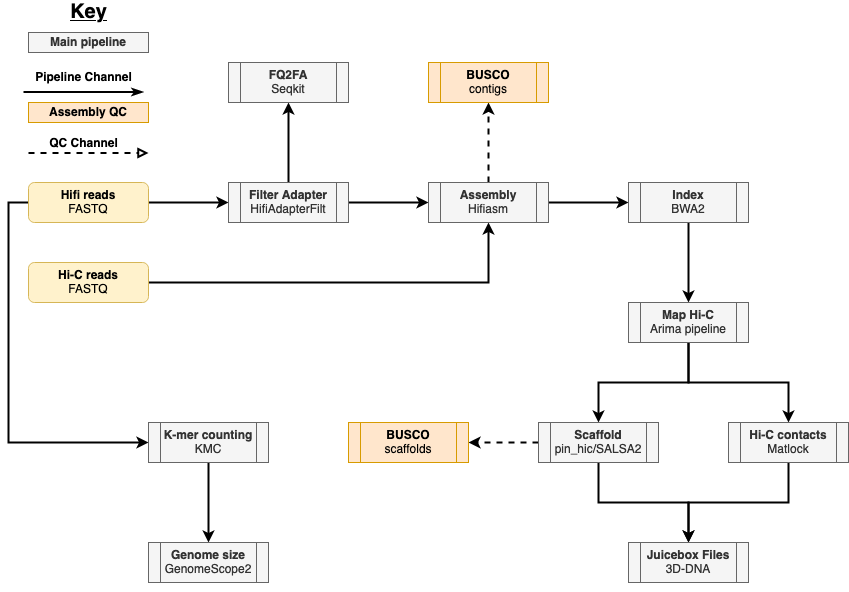
The draw.io diagram misc/figures/assembly-flow.png in a-lud/nf-pipelines, before a commit. Source tidied: cells renumbered, new cells last; positions are measured from the earlier drawing's top-left corner, leaving out a move shared by most shapes. Source of this version:
```xml
<mxGraphModel>
  <root>
    <mxCell id="0" />
    <mxCell id="1" parent="0" />
    <mxCell id="2" style="edgeStyle=orthogonalEdgeStyle;rounded=0;jettySize=auto;html=1;exitX=0;exitY=0.5;exitDx=0;exitDy=0;entryX=0;entryY=0.5;entryDx=0;entryDy=0;strokeWidth=2;" parent="1" edge="1" source="4" target="35">
      <mxGeometry relative="1" as="geometry" />
    </mxCell>
    <mxCell id="3" style="edgeStyle=orthogonalEdgeStyle;rounded=0;jettySize=auto;html=1;entryX=0;entryY=0.5;entryDx=0;entryDy=0;strokeWidth=2;" parent="1" edge="1" source="4" target="16">
      <mxGeometry relative="1" as="geometry" />
    </mxCell>
    <mxCell id="4" value="&lt;b&gt;Hifi reads &lt;/b&gt;&lt;br&gt;FASTQ" style="rounded=1;whiteSpace=wrap;html=1;fontSize=12;glass=0;strokeWidth=1;shadow=0;fillColor=#fff2cc;strokeColor=#d6b656;" parent="1" vertex="1">
      <mxGeometry x="5" y="180" width="120" height="40" as="geometry" />
    </mxCell>
    <mxCell id="5" value="&lt;b&gt;Main pipeline&lt;br&gt;&lt;/b&gt;" style="rounded=0;whiteSpace=wrap;html=1;fillColor=#f5f5f5;strokeColor=#666666;fontColor=#333333;" parent="1" vertex="1">
      <mxGeometry x="5" y="30" width="120" height="20" as="geometry" />
    </mxCell>
    <mxCell id="6" value="&lt;b&gt;Assembly QC&lt;/b&gt;" style="rounded=0;whiteSpace=wrap;html=1;fillColor=#ffe6cc;strokeColor=#d79b00;" parent="1" vertex="1">
      <mxGeometry x="5" y="100" width="120" height="20" as="geometry" />
    </mxCell>
    <mxCell id="7" style="endArrow=block;dashed=1;html=1;strokeWidth=2;rounded=0;endFill=0;" parent="1" edge="1">
      <mxGeometry relative="1" as="geometry">
        <mxPoint x="5" y="150.5" as="sourcePoint" />
        <mxPoint x="125" y="150.5" as="targetPoint" />
      </mxGeometry>
    </mxCell>
    <mxCell id="8" style="endArrow=classicThin;html=1;rounded=0;strokeWidth=2;endFill=1;" parent="1" edge="1">
      <mxGeometry relative="1" as="geometry">
        <mxPoint y="89.5" as="sourcePoint" />
        <mxPoint x="120" y="89.5" as="targetPoint" />
      </mxGeometry>
    </mxCell>
    <mxCell id="9" value="&lt;b&gt;QC Channel&lt;br&gt;&lt;/b&gt;" style="text;html=1;align=center;verticalAlign=middle;strokeColor=none;fillColor=none;dashed=1;" parent="1" vertex="1">
      <mxGeometry x="20" y="130.5" width="80" height="20" as="geometry" />
    </mxCell>
    <mxCell id="10" value="&lt;b&gt;Pipeline Channel&lt;/b&gt;" style="text;html=1;align=center;verticalAlign=middle;strokeColor=none;fillColor=none;" parent="1" vertex="1">
      <mxGeometry x="5" y="65.3" width="110" height="20" as="geometry" />
    </mxCell>
    <mxCell id="11" value="&lt;font style=&quot;font-size: 20px&quot;&gt;&lt;u&gt;&lt;b&gt;Key&lt;/b&gt;&lt;/u&gt;&lt;/font&gt;" style="text;html=1;align=center;verticalAlign=middle;strokeColor=none;fillColor=none;" parent="1" vertex="1">
      <mxGeometry x="40" width="50" height="20" as="geometry" />
    </mxCell>
    <mxCell id="12" style="edgeStyle=orthogonalEdgeStyle;rounded=0;jettySize=auto;html=1;entryX=0.5;entryY=1;entryDx=0;entryDy=0;strokeWidth=2;" parent="1" edge="1" source="13" target="20">
      <mxGeometry relative="1" as="geometry" />
    </mxCell>
    <mxCell id="13" value="&lt;div&gt;&lt;b&gt;Hi-C reads &lt;/b&gt;&lt;br&gt;&lt;/div&gt;&lt;div&gt;FASTQ&lt;/div&gt;" style="rounded=1;whiteSpace=wrap;html=1;fontSize=12;glass=0;strokeWidth=1;shadow=0;fillColor=#fff2cc;strokeColor=#d6b656;" parent="1" vertex="1">
      <mxGeometry x="5" y="260" width="120" height="40" as="geometry" />
    </mxCell>
    <mxCell id="14" style="edgeStyle=orthogonalEdgeStyle;rounded=0;jettySize=auto;html=1;entryX=0.5;entryY=1;entryDx=0;entryDy=0;strokeWidth=2;" parent="1" edge="1" source="16" target="17">
      <mxGeometry relative="1" as="geometry" />
    </mxCell>
    <mxCell id="15" style="edgeStyle=orthogonalEdgeStyle;rounded=0;jettySize=auto;html=1;exitX=1;exitY=0.5;exitDx=0;exitDy=0;entryX=0;entryY=0.5;entryDx=0;entryDy=0;strokeWidth=2;" parent="1" edge="1" source="16" target="20">
      <mxGeometry relative="1" as="geometry" />
    </mxCell>
    <mxCell id="16" value="&lt;b&gt;Filter Adapter&lt;/b&gt;&lt;br&gt;HifiAdapterFilt" style="shape=process;whiteSpace=wrap;html=1;backgroundOutline=1;fillColor=#f5f5f5;fontColor=#333333;strokeColor=#666666;" parent="1" vertex="1">
      <mxGeometry x="205" y="180" width="120" height="40" as="geometry" />
    </mxCell>
    <mxCell id="17" value="&lt;b&gt;FQ2FA&lt;/b&gt;&lt;br&gt;Seqkit" style="shape=process;whiteSpace=wrap;html=1;backgroundOutline=1;fillColor=#f5f5f5;fontColor=#333333;strokeColor=#666666;" parent="1" vertex="1">
      <mxGeometry x="205" y="60" width="120" height="40" as="geometry" />
    </mxCell>
    <mxCell id="18" style="edgeStyle=orthogonalEdgeStyle;rounded=0;jettySize=auto;html=1;exitX=0.5;exitY=0;exitDx=0;exitDy=0;entryX=0.5;entryY=1;entryDx=0;entryDy=0;strokeWidth=2;dashed=1;" parent="1" edge="1" source="20" target="21">
      <mxGeometry relative="1" as="geometry" />
    </mxCell>
    <mxCell id="19" style="edgeStyle=orthogonalEdgeStyle;rounded=0;jettySize=auto;html=1;exitX=1;exitY=0.5;exitDx=0;exitDy=0;entryX=0;entryY=0.5;entryDx=0;entryDy=0;strokeWidth=2;" parent="1" edge="1" source="20" target="23">
      <mxGeometry relative="1" as="geometry" />
    </mxCell>
    <mxCell id="20" value="&lt;b&gt;Assembly&lt;/b&gt;&lt;br&gt;Hifiasm" style="shape=process;whiteSpace=wrap;html=1;backgroundOutline=1;fillColor=#f5f5f5;fontColor=#333333;strokeColor=#666666;" parent="1" vertex="1">
      <mxGeometry x="405" y="180" width="120" height="40" as="geometry" />
    </mxCell>
    <mxCell id="21" value="&lt;b&gt;BUSCO&lt;/b&gt;&lt;br&gt;contigs" style="shape=process;whiteSpace=wrap;html=1;backgroundOutline=1;fillColor=#ffe6cc;strokeColor=#d79b00;" parent="1" vertex="1">
      <mxGeometry x="405" y="60" width="120" height="40" as="geometry" />
    </mxCell>
    <mxCell id="22" style="edgeStyle=orthogonalEdgeStyle;rounded=0;jettySize=auto;html=1;exitX=0.5;exitY=1;exitDx=0;exitDy=0;entryX=0.5;entryY=0;entryDx=0;entryDy=0;strokeWidth=2;" parent="1" edge="1" source="23" target="26">
      <mxGeometry relative="1" as="geometry" />
    </mxCell>
    <mxCell id="23" value="&lt;b&gt;Index&lt;/b&gt;&lt;br&gt;BWA2" style="shape=process;whiteSpace=wrap;html=1;backgroundOutline=1;fillColor=#f5f5f5;fontColor=#333333;strokeColor=#666666;" parent="1" vertex="1">
      <mxGeometry x="605" y="180" width="120" height="40" as="geometry" />
    </mxCell>
    <mxCell id="24" style="edgeStyle=orthogonalEdgeStyle;rounded=0;jettySize=auto;html=1;exitX=0.5;exitY=1;exitDx=0;exitDy=0;entryX=0.5;entryY=0;entryDx=0;entryDy=0;strokeWidth=2;" parent="1" edge="1" source="26" target="31">
      <mxGeometry relative="1" as="geometry" />
    </mxCell>
    <mxCell id="25" style="edgeStyle=orthogonalEdgeStyle;rounded=0;jettySize=auto;html=1;exitX=0.5;exitY=1;exitDx=0;exitDy=0;entryX=0.5;entryY=0;entryDx=0;entryDy=0;strokeWidth=2;" parent="1" edge="1" source="26" target="28">
      <mxGeometry relative="1" as="geometry" />
    </mxCell>
    <mxCell id="26" value="&lt;b&gt;Map Hi-C&lt;/b&gt;&lt;br&gt;Arima pipeline" style="shape=process;whiteSpace=wrap;html=1;backgroundOutline=1;fillColor=#f5f5f5;fontColor=#333333;strokeColor=#666666;" parent="1" vertex="1">
      <mxGeometry x="605" y="300" width="120" height="40" as="geometry" />
    </mxCell>
    <mxCell id="27" style="edgeStyle=orthogonalEdgeStyle;rounded=0;jettySize=auto;html=1;exitX=0.5;exitY=1;exitDx=0;exitDy=0;entryX=0.5;entryY=0;entryDx=0;entryDy=0;strokeWidth=2;" parent="1" edge="1" source="28" target="33">
      <mxGeometry relative="1" as="geometry" />
    </mxCell>
    <mxCell id="28" value="&lt;b&gt;Hi-C contacts&lt;/b&gt;&lt;br&gt;Matlock" style="shape=process;whiteSpace=wrap;html=1;backgroundOutline=1;fillColor=#f5f5f5;fontColor=#333333;strokeColor=#666666;" parent="1" vertex="1">
      <mxGeometry x="705" y="420" width="120" height="40" as="geometry" />
    </mxCell>
    <mxCell id="29" style="edgeStyle=orthogonalEdgeStyle;rounded=0;jettySize=auto;html=1;exitX=0.5;exitY=1;exitDx=0;exitDy=0;entryX=0.5;entryY=0;entryDx=0;entryDy=0;strokeWidth=2;" parent="1" edge="1" source="31" target="33">
      <mxGeometry relative="1" as="geometry" />
    </mxCell>
    <mxCell id="30" style="edgeStyle=orthogonalEdgeStyle;rounded=0;jettySize=auto;html=1;exitX=0;exitY=0.5;exitDx=0;exitDy=0;entryX=1;entryY=0.5;entryDx=0;entryDy=0;strokeWidth=2;dashed=1;" parent="1" edge="1" source="31" target="32">
      <mxGeometry relative="1" as="geometry" />
    </mxCell>
    <mxCell id="31" value="&lt;b&gt;Scaffold&lt;/b&gt;&lt;br&gt;pin_hic/SALSA2" style="shape=process;whiteSpace=wrap;html=1;backgroundOutline=1;fillColor=#f5f5f5;fontColor=#333333;strokeColor=#666666;" parent="1" vertex="1">
      <mxGeometry x="515" y="420" width="120" height="40" as="geometry" />
    </mxCell>
    <mxCell id="32" value="&lt;b&gt;BUSCO&lt;/b&gt;&lt;br&gt;scaffolds" style="shape=process;whiteSpace=wrap;html=1;backgroundOutline=1;fillColor=#ffe6cc;strokeColor=#d79b00;" parent="1" vertex="1">
      <mxGeometry x="325" y="420" width="120" height="40" as="geometry" />
    </mxCell>
    <mxCell id="33" value="&lt;div&gt;&lt;b&gt;Juicebox Files&lt;/b&gt;&lt;/div&gt;&lt;div&gt;3D-DNA&lt;br&gt;&lt;/div&gt;" style="shape=process;whiteSpace=wrap;html=1;backgroundOutline=1;fillColor=#f5f5f5;fontColor=#333333;strokeColor=#666666;" parent="1" vertex="1">
      <mxGeometry x="605" y="540" width="120" height="40" as="geometry" />
    </mxCell>
    <mxCell id="34" style="edgeStyle=orthogonalEdgeStyle;rounded=0;jettySize=auto;html=1;exitX=0.5;exitY=1;exitDx=0;exitDy=0;entryX=0.5;entryY=0;entryDx=0;entryDy=0;strokeWidth=2;" parent="1" edge="1" source="35" target="36">
      <mxGeometry relative="1" as="geometry" />
    </mxCell>
    <mxCell id="35" value="&lt;b&gt;K-mer counting&lt;/b&gt;&lt;br&gt;KMC" style="shape=process;whiteSpace=wrap;html=1;backgroundOutline=1;fillColor=#f5f5f5;fontColor=#333333;strokeColor=#666666;" parent="1" vertex="1">
      <mxGeometry x="125" y="420" width="120" height="40" as="geometry" />
    </mxCell>
    <mxCell id="36" value="&lt;b&gt;Genome size&lt;/b&gt;&lt;br&gt;GenomeScope2" style="shape=process;whiteSpace=wrap;html=1;backgroundOutline=1;fillColor=#f5f5f5;fontColor=#333333;strokeColor=#666666;" parent="1" vertex="1">
      <mxGeometry x="125" y="540" width="120" height="40" as="geometry" />
    </mxCell>
    <mxCell id="37" style="edgeStyle=orthogonalEdgeStyle;rounded=0;orthogonalLoop=1;jettySize=auto;html=1;exitX=0.5;exitY=1;exitDx=0;exitDy=0;dashed=1;startArrow=baseDash;startFill=0;strokeWidth=2;" parent="1" edge="1" source="33" target="33">
      <mxGeometry relative="1" as="geometry" />
    </mxCell>
  </root>
</mxGraphModel>
```
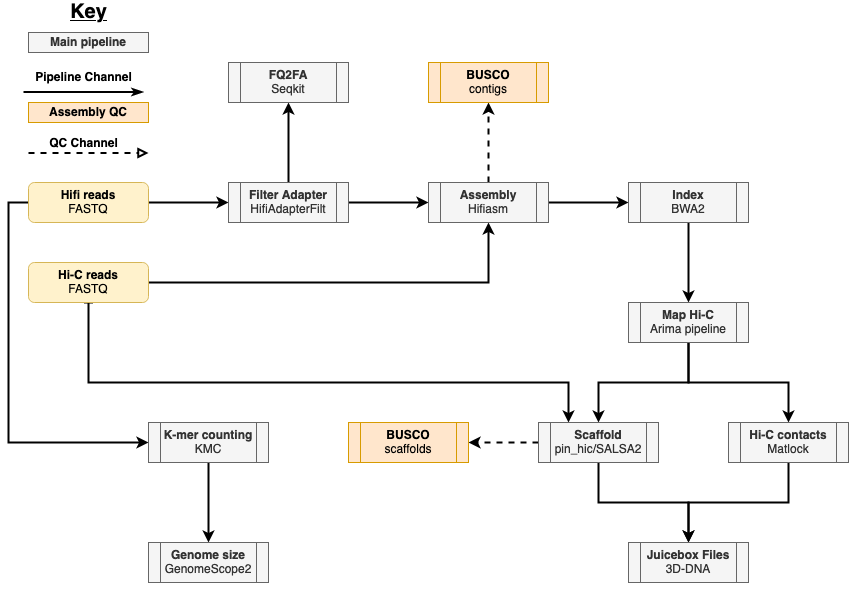
Later version of the same file.

Commit message:
Forgot a line

Diff of the diagram source:
```diff
@@ -41,6 +41,14 @@
     <mxCell id="12" style="edgeStyle=orthogonalEdgeStyle;rounded=0;jettySize=auto;html=1;entryX=0.5;entryY=1;entryDx=0;entryDy=0;strokeWidth=2;" parent="1" edge="1" source="13" target="20">
       <mxGeometry relative="1" as="geometry" />
     </mxCell>
+    <mxCell id="38" style="edgeStyle=orthogonalEdgeStyle;rounded=0;jettySize=auto;html=1;entryX=0.25;entryY=0;entryDx=0;entryDy=0;startArrow=baseDash;startFill=0;strokeWidth=2;" parent="1" edge="1" source="13" target="31">
+      <mxGeometry relative="1" as="geometry">
+        <Array as="points">
+          <mxPoint x="65" y="380" />
+          <mxPoint x="545" y="380" />
+        </Array>
+      </mxGeometry>
+    </mxCell>
     <mxCell id="13" value="&lt;div&gt;&lt;b&gt;Hi-C reads &lt;/b&gt;&lt;br&gt;&lt;/div&gt;&lt;div&gt;FASTQ&lt;/div&gt;" style="rounded=1;whiteSpace=wrap;html=1;fontSize=12;glass=0;strokeWidth=1;shadow=0;fillColor=#fff2cc;strokeColor=#d6b656;" parent="1" vertex="1">
       <mxGeometry x="5" y="260" width="120" height="40" as="geometry" />
     </mxCell>
```
